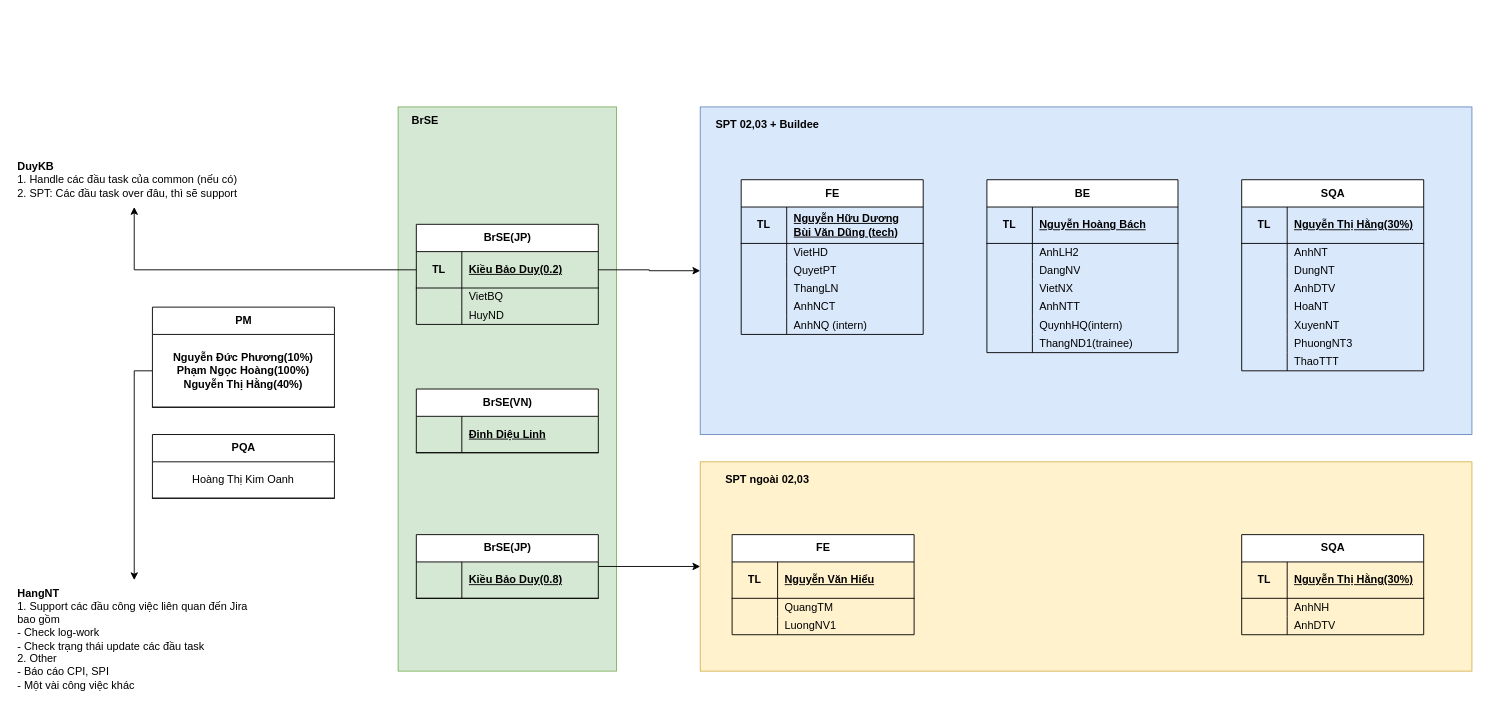
Before: page "Cơ cấu team" (7 of 9) of Biểu đồ không có tiêu đề.drawio in hoangpn256/diagram, a draw.io diagram. Source tidied: cells renumbered, new cells numbered last; positions are measured from the earlier drawing's top-left corner, leaving out a move shared by most shapes. Both pictures are drawn from the tidied source at 91%, with x=0, y=0 at pixel (15, 106).
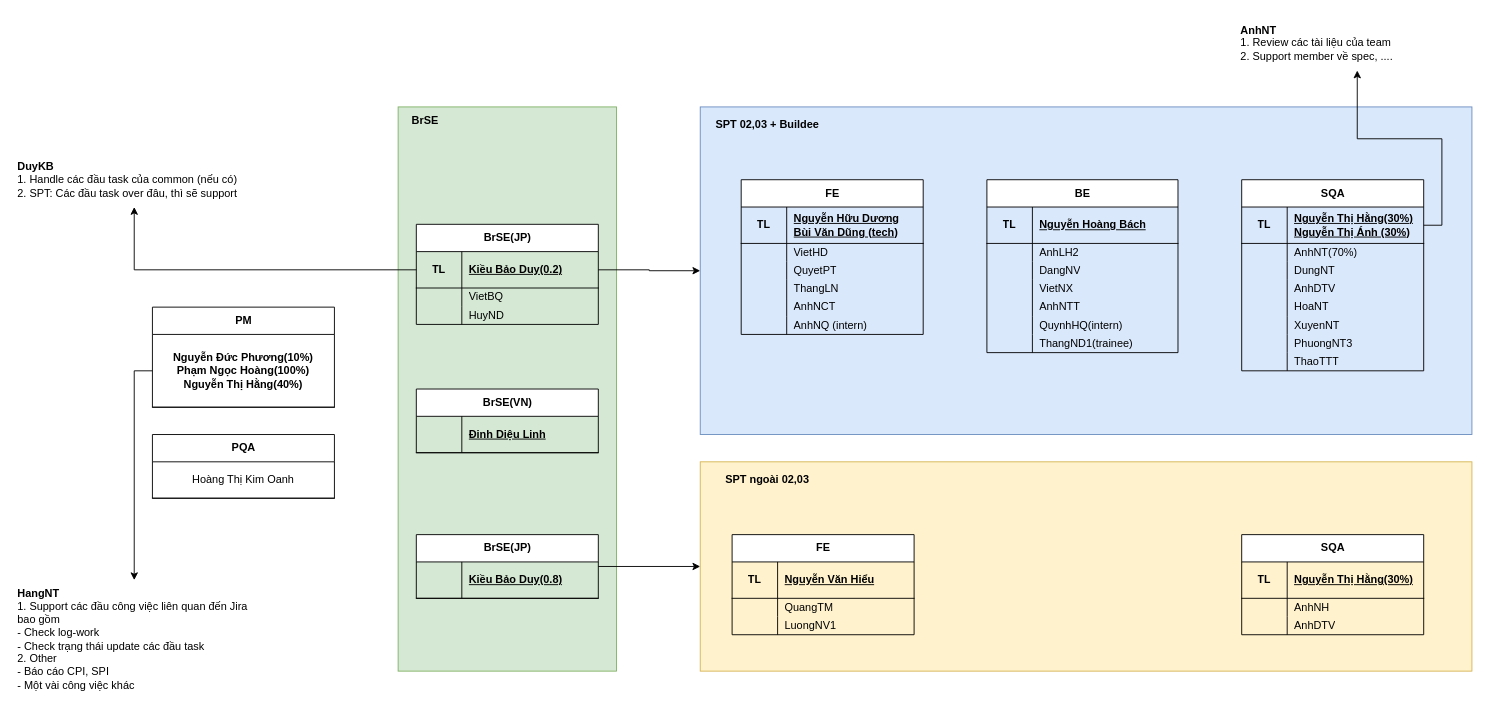
The same page after the edit.

Commit message (it also covers changes not shown here):
Cập nhật Biểu đồ không có tiêu đề.drawio

The change refers to these unchanged cells:
```xml
<mxCell id="47" style="shape=tableRow;horizontal=0;startSize=0;swimlaneHead=0;swimlaneBody=0;fillColor=none;points=[[0,0.5],[1,0.5]];portConstraint=eastwest;top=0;left=0;right=0;bottom=1;" parent="46" vertex="1">
  <mxGeometry y="30" width="200" height="40" as="geometry" />
</mxCell>
<mxCell id="50" style="shape=tableRow;horizontal=0;startSize=0;swimlaneHead=0;swimlaneBody=0;fillColor=none;top=0;left=0;right=0;bottom=0;" parent="46" vertex="1">
  <mxGeometry y="70" width="200" height="20" as="geometry" />
</mxCell>
```

The edit, as a diff of the source:
```diff
@@
-    <mxCell id="49" value="Nguyễn Thị Hằng(30%)" style="shape=partialRectangle;fillColor=none;top=0;left=0;bottom=0;right=0;align=left;spacingLeft=6;fontStyle=5;overflow=hidden;whiteSpace=wrap;html=1;" parent="47" vertex="1">
+    <mxCell id="49" value="Nguyễn Thị Hằng(30%)&lt;br&gt;Nguyễn Thị Ánh (30%)" style="shape=partialRectangle;fillColor=none;top=0;left=0;bottom=0;right=0;align=left;spacingLeft=6;fontStyle=5;overflow=hidden;whiteSpace=wrap;html=1;" parent="47" vertex="1">
       <mxGeometry x="50" width="150" height="40" as="geometry" />
     </mxCell>
@@
-    <mxCell id="52" value="AnhNT" style="shape=partialRectangle;fillColor=none;top=0;left=0;bottom=0;right=0;align=left;spacingLeft=6;overflow=hidden;whiteSpace=wrap;html=1;" parent="50" vertex="1">
+    <mxCell id="52" value="AnhNT(70%)" style="shape=partialRectangle;fillColor=none;top=0;left=0;bottom=0;right=0;align=left;spacingLeft=6;overflow=hidden;whiteSpace=wrap;html=1;" parent="50" vertex="1">
       <mxGeometry x="50" width="150" height="20" as="geometry" />
     </mxCell>
@@
+    <mxCell id="124" value="&lt;b&gt;AnhNT&lt;/b&gt;&lt;br&gt;1. Review các tài liệu của team&lt;br&gt;2. Support member về spec, ...." style="text;html=1;strokeColor=none;fillColor=none;align=left;verticalAlign=middle;whiteSpace=wrap;rounded=0;" parent="1" vertex="1">
+      <mxGeometry x="1344" y="-100" width="260" height="60" as="geometry" />
+    </mxCell>
+    <mxCell id="125" style="edgeStyle=orthogonalEdgeStyle;rounded=0;jettySize=auto;html=1;exitX=1;exitY=0.5;exitDx=0;exitDy=0;entryX=0.5;entryY=1;entryDx=0;entryDy=0;" parent="1" edge="1" source="47" target="124">
+      <mxGeometry relative="1" as="geometry" />
+    </mxCell>
```
